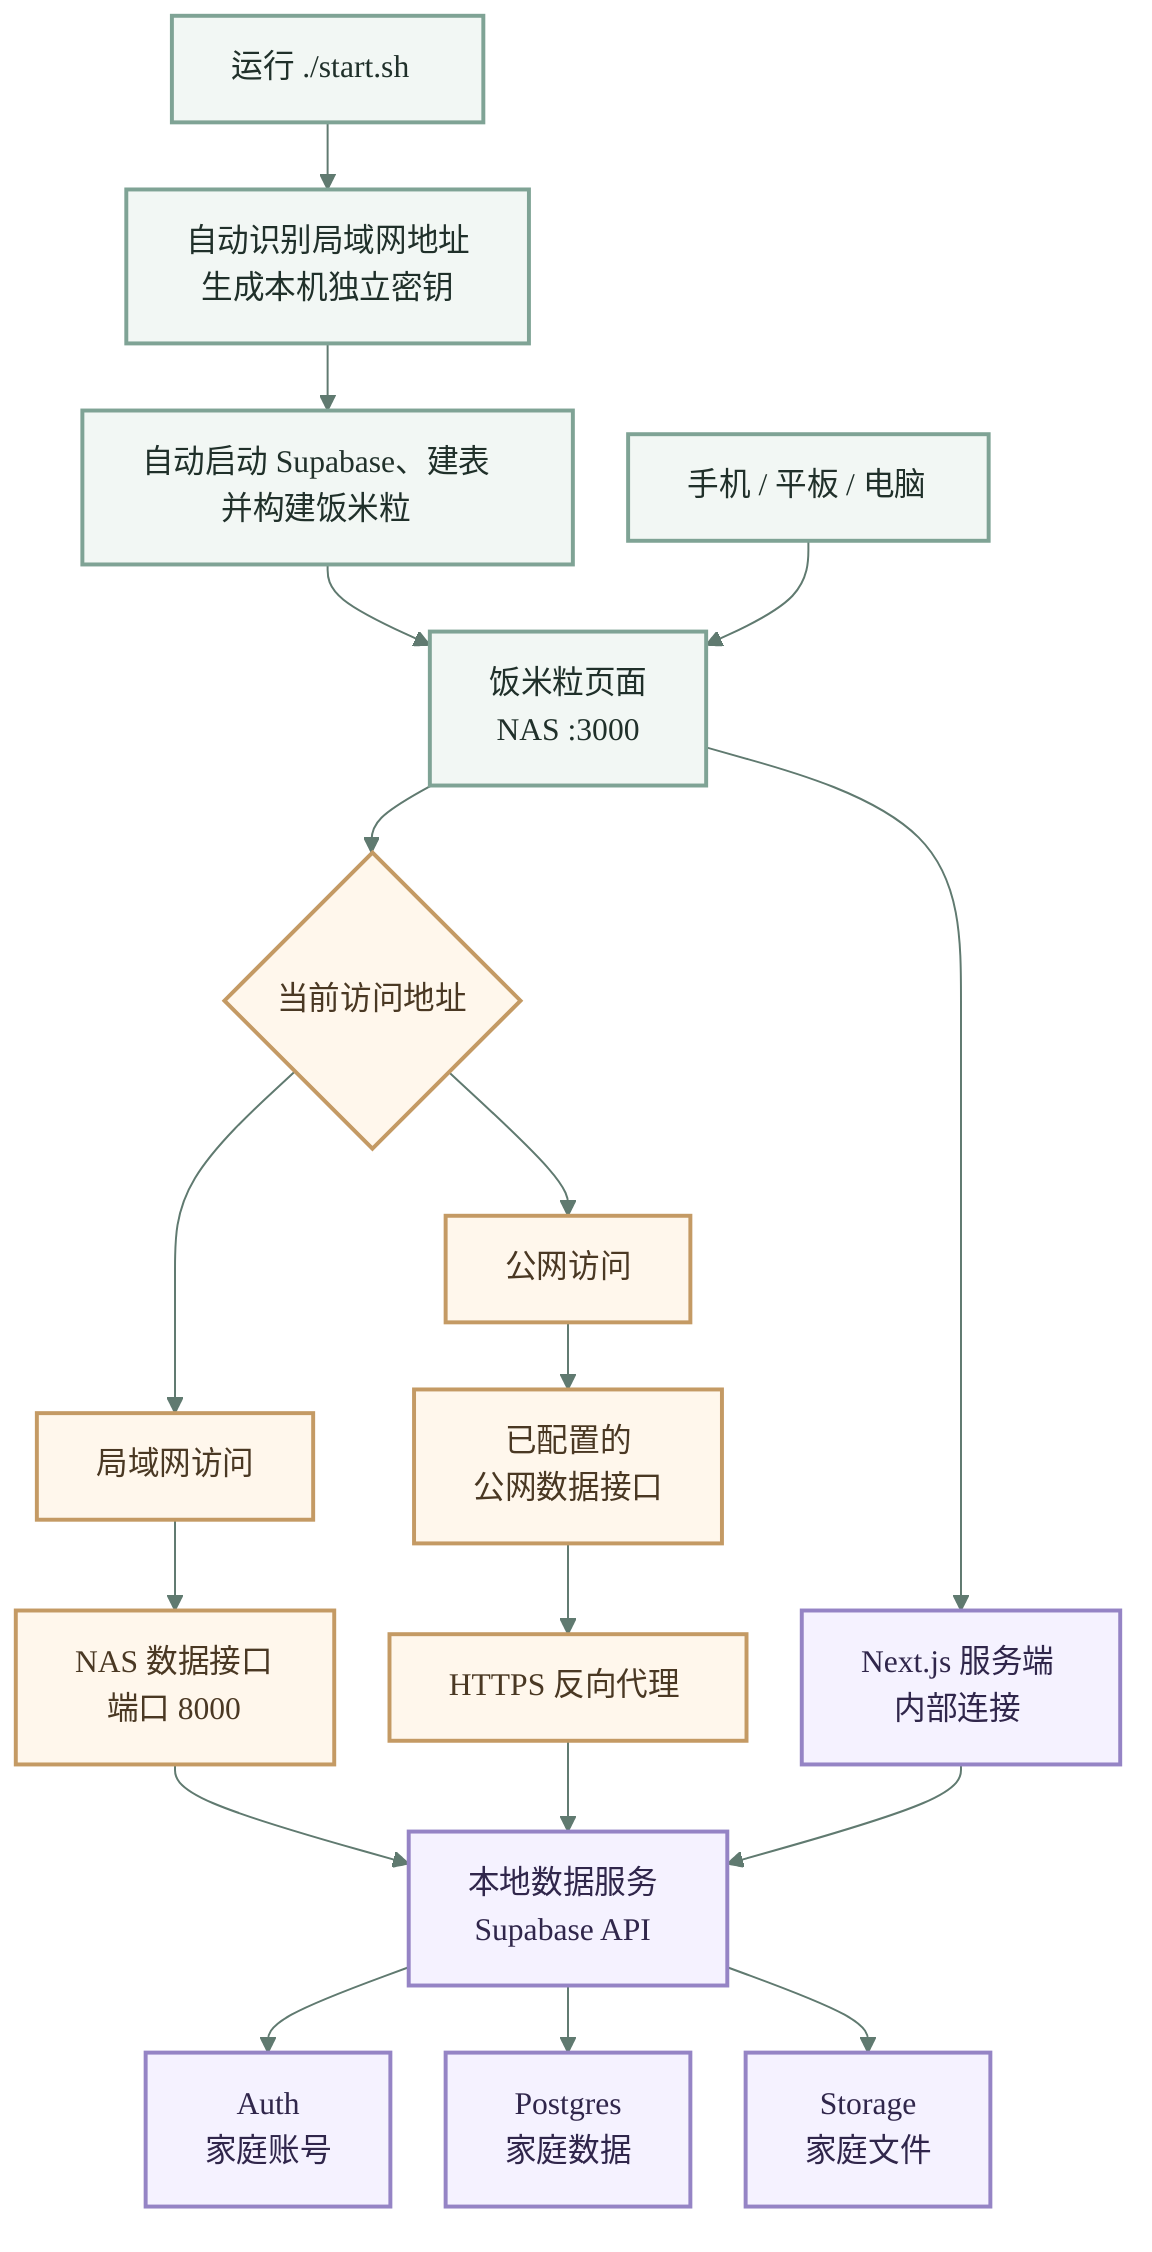
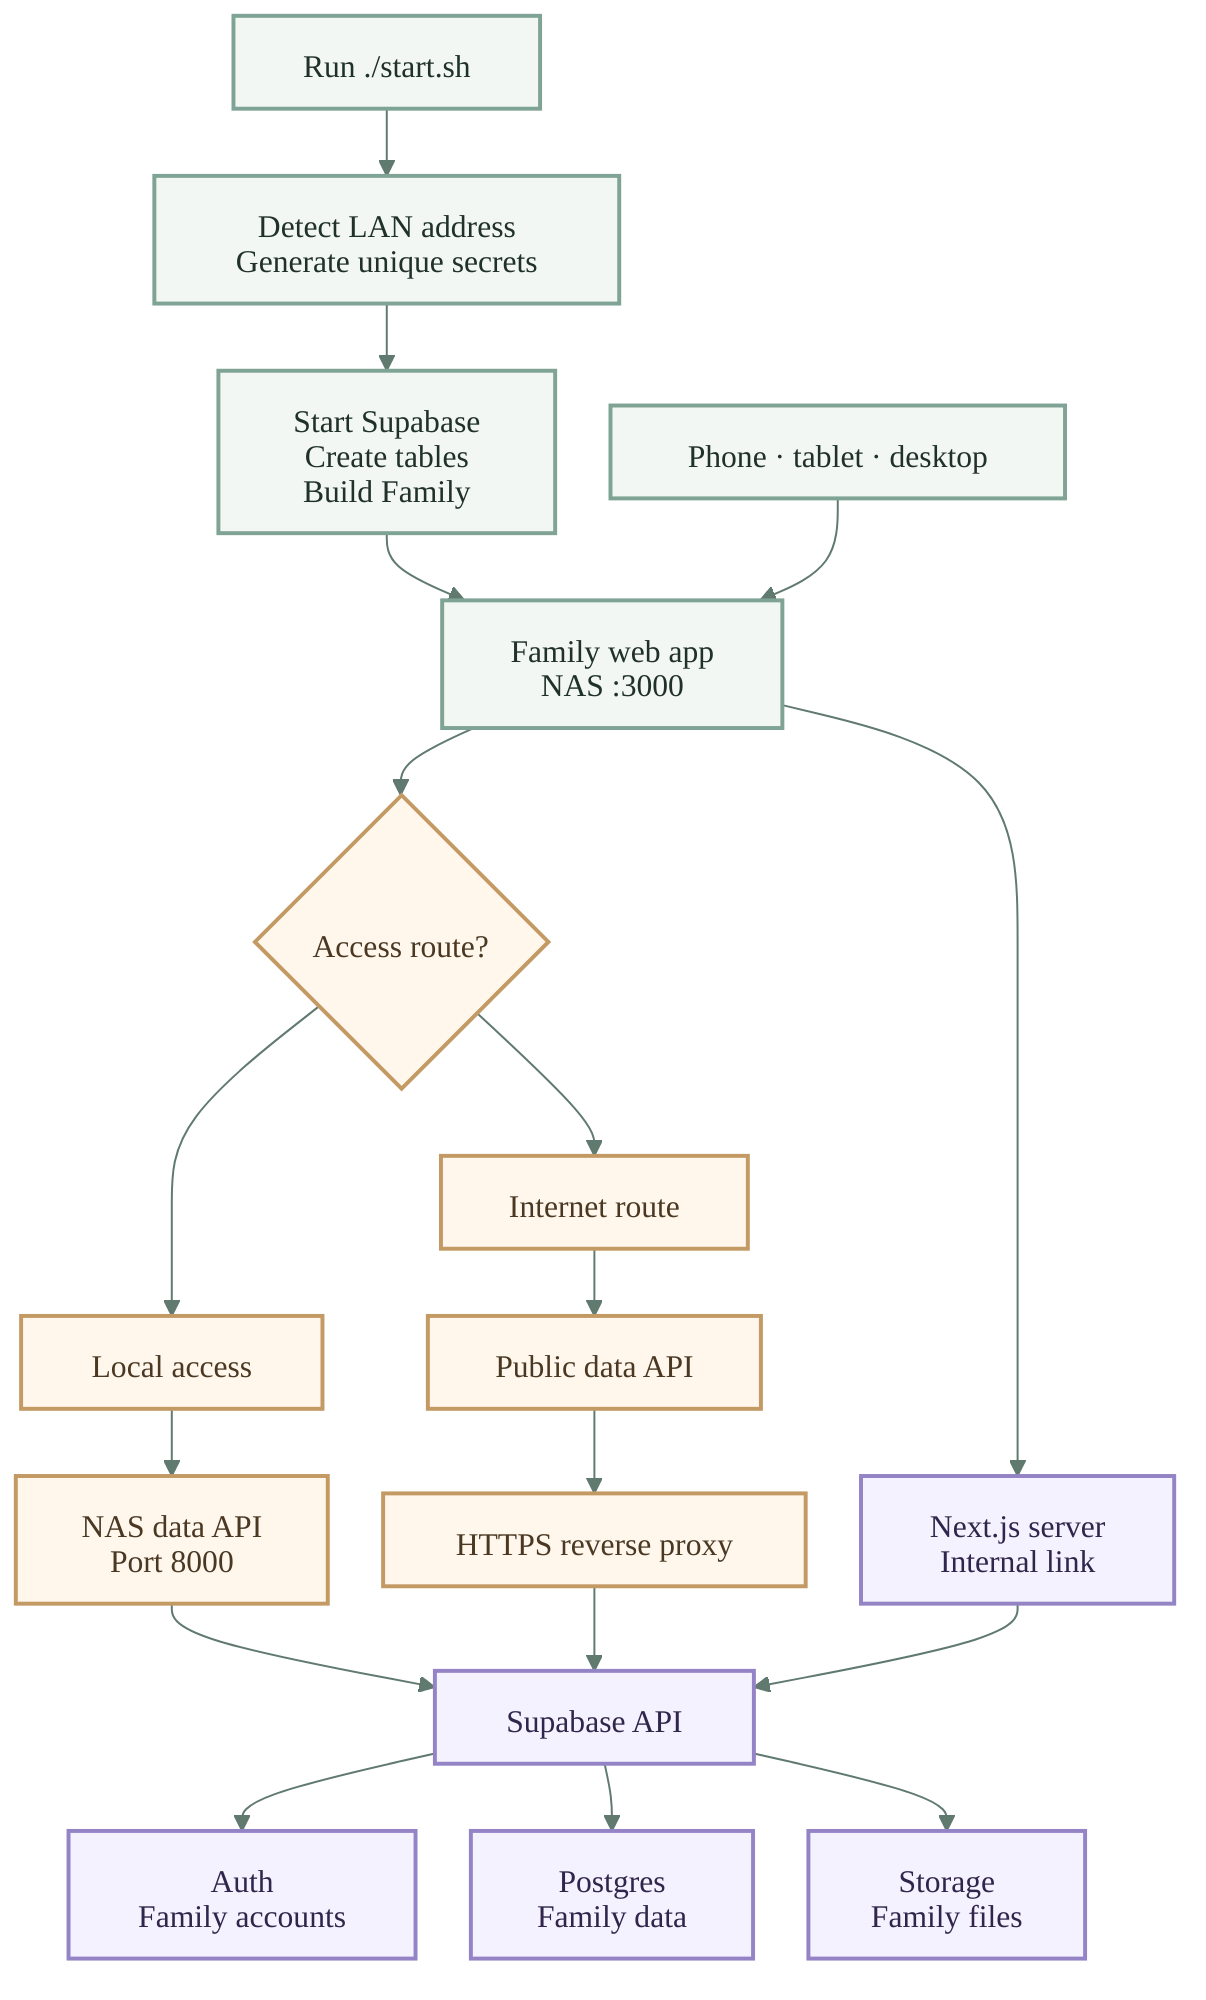
- %%{init: {"theme": "base", "themeVariables": {"fontFamily": "system-ui, sans-serif", "primaryColor": "#F2F7F4", "primaryTextColor": "#20302A", "primaryBorderColor": "#7FA395", "lineColor": "#607A70", "secondaryColor": "#FFF7EC", "tertiaryColor": "#F5F2FF"}, "flowchart": {"curve": "basis", "nodeSpacing": 28, "rankSpacing": 34}}}%%
+ %%{init: {"theme": "base", "htmlLabels": false, "themeVariables": {"fontFamily": "Arial, sans-serif", "primaryColor": "#F2F7F4", "primaryTextColor": "#20302A", "primaryBorderColor": "#7FA395", "lineColor": "#607A70", "secondaryColor": "#FFF7EC", "tertiaryColor": "#F5F2FF"}, "flowchart": {"curve": "basis", "nodeSpacing": 28, "rankSpacing": 34, "htmlLabels": false}}}%%
flowchart TB
-   START["运行 ./start.sh"]
-   BOOT["自动识别局域网地址<br/>生成本机独立密钥"]
-   READY["自动启动 Supabase、建表<br/>并构建饭米粒"]
-   DEVICE["手机 / 平板 / 电脑"]
-   APP["饭米粒页面<br/>NAS :3000"]
-   PICK{"当前访问地址"}
-   HOME["局域网访问"]
-   AWAY["公网访问"]
-   LAN["NAS 数据接口<br/>端口 8000"]
-   PUBLIC["已配置的<br/>公网数据接口"]
-   PROXY["HTTPS 反向代理"]
-   API["本地数据服务<br/>Supabase API"]
-   AUTH["Auth<br/>家庭账号"]
-   DB["Postgres<br/>家庭数据"]
-   STORAGE["Storage<br/>家庭文件"]
-   SERVER["Next.js 服务端<br/>内部连接"]
+   START["Run ./start.sh"]
+   BOOT["Detect LAN address<br/>Generate unique secrets"]
+   READY["Start Supabase<br/>Create tables<br/>Build Family"]
+   DEVICE["Phone · tablet · desktop"]
+   APP["Family web app<br/>NAS :3000"]
+   PICK{"Access route?"}
+   HOME["Local access"]
+   AWAY["Internet route"]
+   LAN["NAS data API<br/>Port 8000"]
+   PUBLIC["Public data API"]
+   PROXY["HTTPS reverse proxy"]
+   API["Supabase API"]
+   AUTH["Auth<br/>Family accounts"]
+   DB["Postgres<br/>Family data"]
+   STORAGE["Storage<br/>Family files"]
+   SERVER["Next.js server<br/>Internal link"]

  START --> BOOT --> READY --> APP
  DEVICE --> APP
  APP --> PICK
  PICK --> HOME
  PICK --> AWAY
  HOME --> LAN
  AWAY --> PUBLIC
  PUBLIC --> PROXY
  LAN --> API
  PROXY --> API
  APP --> SERVER
  SERVER --> API
  API --> AUTH
  API --> DB
  API --> STORAGE

  classDef device fill:#F2F7F4,stroke:#7FA395,color:#20302A,stroke-width:2px;
  classDef route fill:#FFF7EC,stroke:#C49A64,color:#4A3823,stroke-width:2px;
  classDef service fill:#F5F2FF,stroke:#9584C5,color:#30264B,stroke-width:2px;
  class START,BOOT,READY,DEVICE,APP device;
  class PICK,HOME,AWAY,LAN,PUBLIC,PROXY route;
  class SERVER,API,AUTH,DB,STORAGE service;
